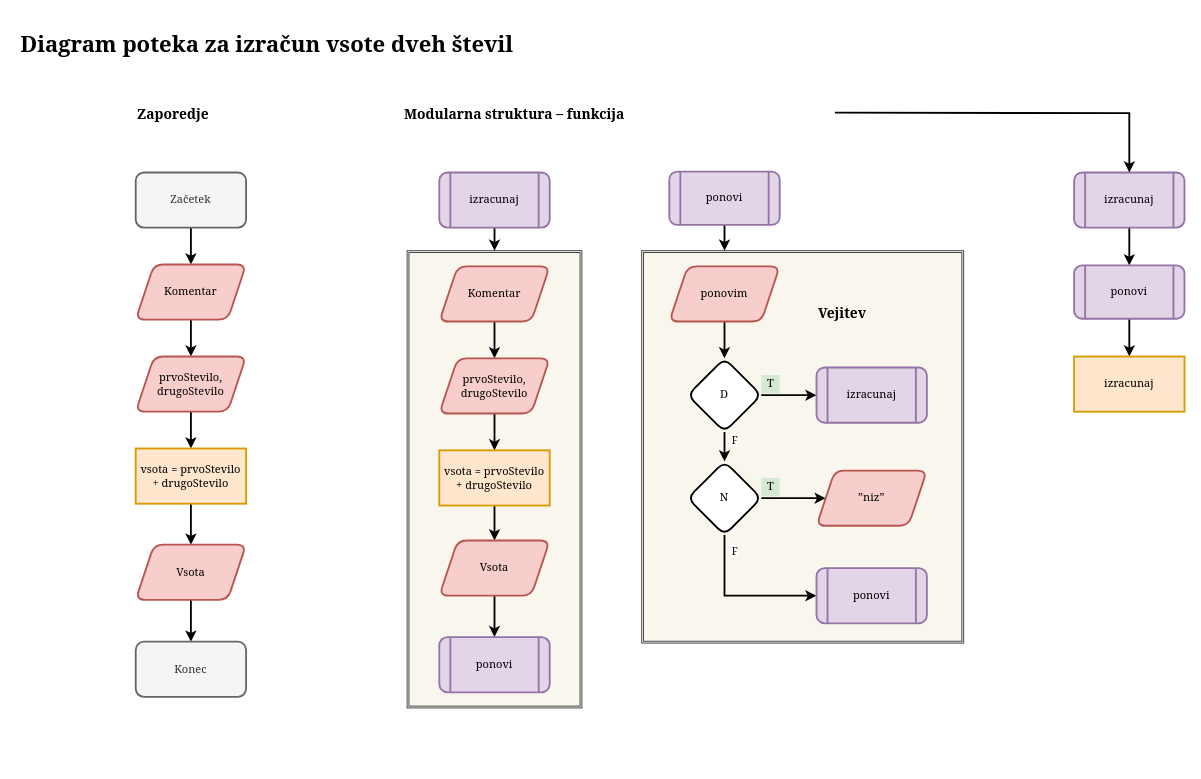
Above: pythonVaje/Vsota.drawio in kreativnost-v-kodiranju/python (draw.io), before the change. Source tidied: cells renumbered, new cells numbered last; positions are measured from the earlier drawing's top-left corner, leaving out a move shared by most shapes. Both pictures are drawn from the tidied source at 92%, with x=0, y=0 at pixel (16, 25).
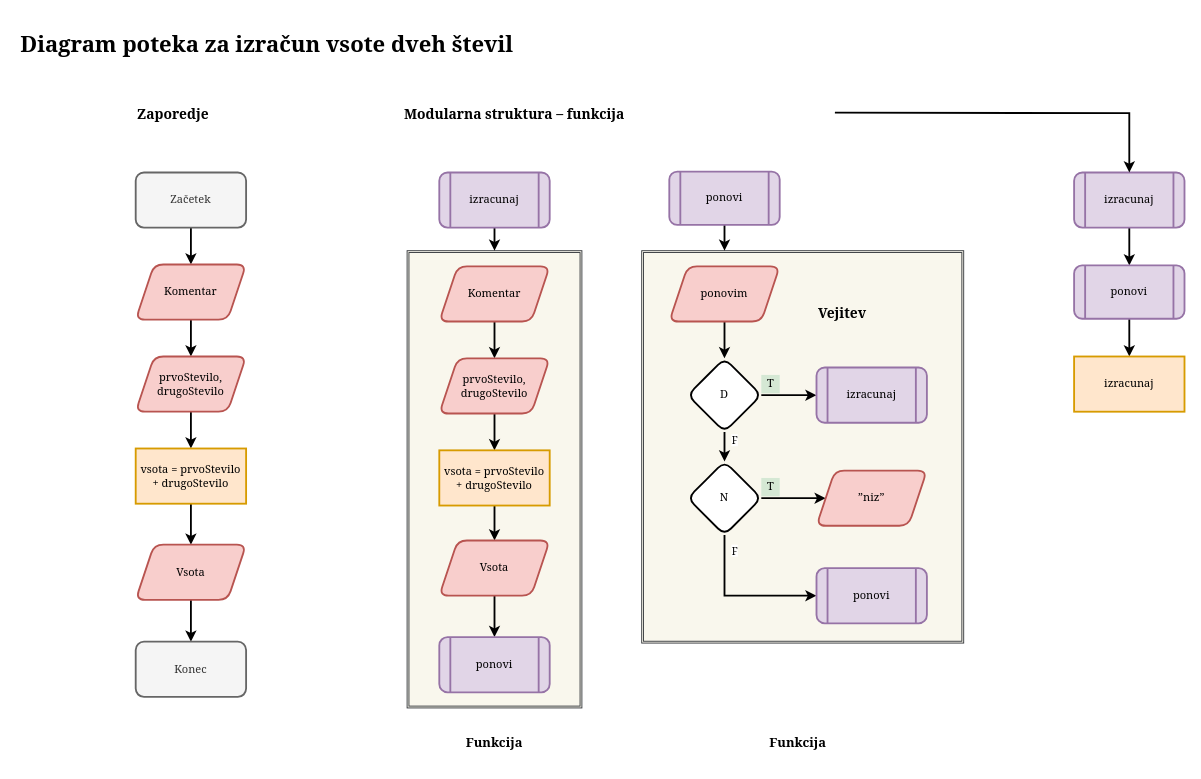
After the change.

The edit, as a diff of the source:
```diff
@@
+    <mxCell id="53" value="&lt;h3&gt;&lt;font face=&quot;Georgia&quot;&gt;Funkcija&lt;/font&gt;&lt;/h3&gt;" style="text;html=1;strokeColor=none;fillColor=none;align=center;verticalAlign=middle;whiteSpace=wrap;rounded=0;" parent="1" vertex="1">
+      <mxGeometry x="500" y="770" width="40" height="20" as="geometry" />
+    </mxCell>
+    <mxCell id="54" value="&lt;h3&gt;&lt;font face=&quot;Georgia&quot;&gt;Funkcija&lt;/font&gt;&lt;/h3&gt;" style="text;html=1;strokeColor=none;fillColor=none;align=center;verticalAlign=middle;whiteSpace=wrap;rounded=0;" parent="1" vertex="1">
+      <mxGeometry x="830" y="770" width="40" height="20" as="geometry" />
+    </mxCell>
```
